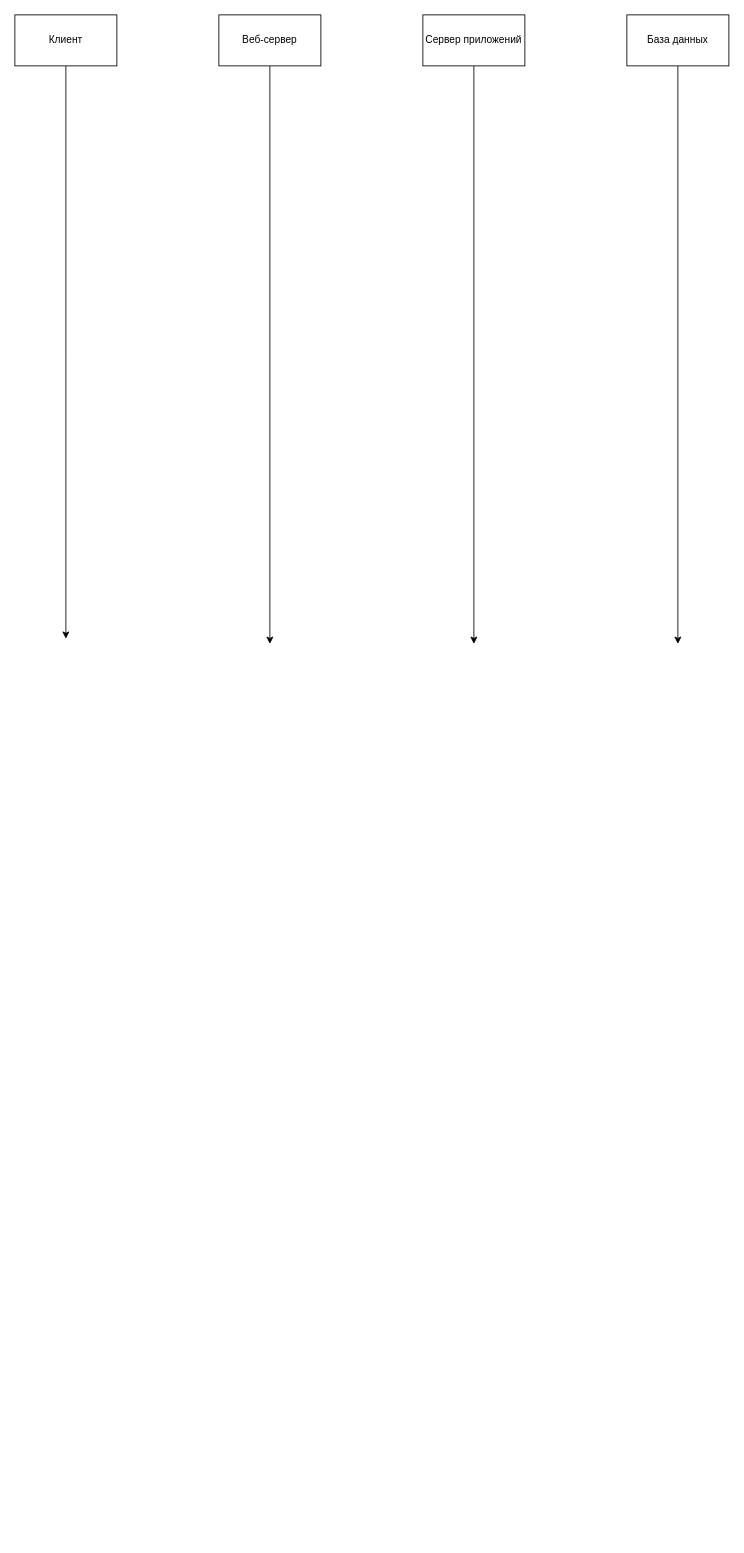
Earlier version of the draw.io diagram page "Sequence Diagram" (2 of 2) of diagrams/2-achievement-Maraev.drawio (flensimdotcore/hse-class-dcs-2025). Source tidied: cells renumbered, new cells numbered last; positions are measured from the earlier drawing's top-left corner, leaving out a move shared by most shapes. Both pictures are drawn from the tidied source at 85%, with x=0, y=0 at pixel (14, 14).
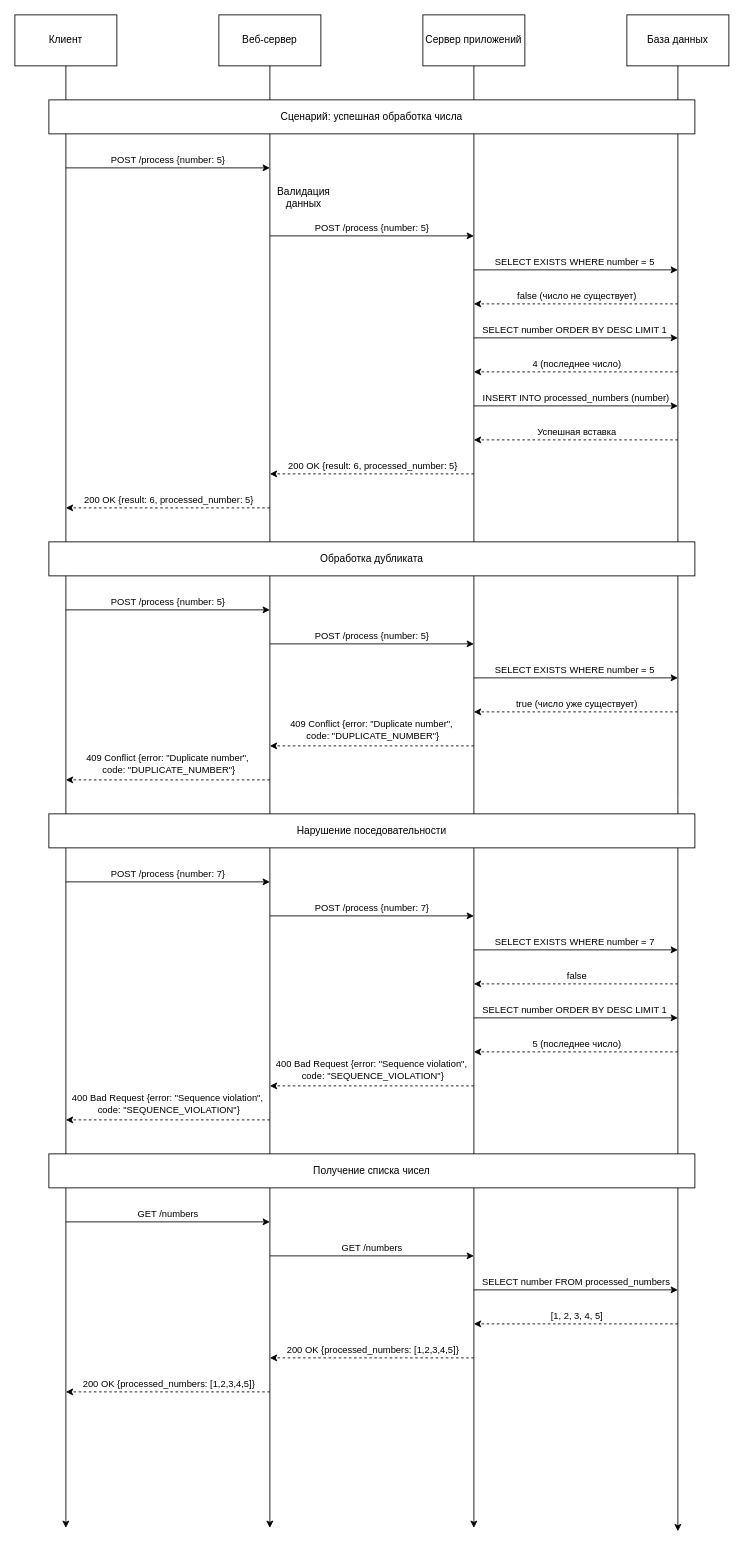
Above is the later version.

Commit message (it also covers changes not shown here):
feat: add sequence diagram

Unchanged cells that the change refers to:
```xml
<mxCell id="3" value="Веб-сервер" style="rounded=0;whiteSpace=wrap;html=1;" parent="1" vertex="1">
  <mxGeometry x="240" width="120" height="60" as="geometry" />
</mxCell>
<mxCell id="5" value="Сервер приложений" style="rounded=0;whiteSpace=wrap;html=1;" parent="1" vertex="1">
  <mxGeometry x="480" width="120" height="60" as="geometry" />
</mxCell>
<mxCell id="7" value="Клиент" style="rounded=0;whiteSpace=wrap;html=1;" parent="1" vertex="1">
  <mxGeometry width="120" height="60" as="geometry" />
</mxCell>
<mxCell id="9" value="База данных" style="rounded=0;whiteSpace=wrap;html=1;" parent="1" vertex="1">
  <mxGeometry x="720" width="120" height="60" as="geometry" />
</mxCell>
```

Diff of the diagram source:
```diff
@@
     <mxCell id="2" style="edgeStyle=orthogonalEdgeStyle;rounded=0;jettySize=auto;html=1;" parent="1" edge="1" source="3">
       <mxGeometry relative="1" as="geometry">
-        <mxPoint x="300" y="740" as="targetPoint" />
+        <mxPoint x="300" y="1780" as="targetPoint" />
       </mxGeometry>
     </mxCell>
@@
     <mxCell id="4" style="edgeStyle=orthogonalEdgeStyle;rounded=0;jettySize=auto;html=1;" parent="1" edge="1" source="5">
       <mxGeometry relative="1" as="geometry">
-        <mxPoint x="540" y="740" as="targetPoint" />
+        <mxPoint x="540" y="1780" as="targetPoint" />
       </mxGeometry>
     </mxCell>
@@
     <mxCell id="6" style="edgeStyle=orthogonalEdgeStyle;rounded=0;jettySize=auto;html=1;" parent="1" edge="1" source="7">
       <mxGeometry relative="1" as="geometry">
-        <mxPoint x="60" y="734" as="targetPoint" />
+        <mxPoint x="60" y="1780" as="targetPoint" />
       </mxGeometry>
     </mxCell>
@@
     <mxCell id="8" style="edgeStyle=orthogonalEdgeStyle;rounded=0;jettySize=auto;html=1;" parent="1" edge="1" source="9">
       <mxGeometry relative="1" as="geometry">
-        <mxPoint x="780" y="740" as="targetPoint" />
+        <mxPoint x="780" y="1784" as="targetPoint" />
       </mxGeometry>
     </mxCell>
@@
+    <mxCell id="10" value="Сценарий: успешная обработка числа" style="rounded=0;whiteSpace=wrap;html=1;" parent="1" vertex="1">
+      <mxGeometry x="40" y="100" width="760" height="40" as="geometry" />
+    </mxCell>
+    <mxCell id="11" style="endArrow=classic;html=1;" parent="1" edge="1">
+      <mxGeometry relative="1" as="geometry">
+        <mxPoint x="60" y="180" as="sourcePoint" />
+        <mxPoint x="300" y="180" as="targetPoint" />
+      </mxGeometry>
+    </mxCell>
+    <mxCell id="12" value="POST /process {number: 5}" style="edgeLabel;html=1;align=center;verticalAlign=middle;" parent="11" vertex="1">
+      <mxGeometry x="0.07" y="2" relative="1" as="geometry">
+        <mxPoint x="-9" y="-8" as="offset" />
+      </mxGeometry>
+    </mxCell>
+    <mxCell id="13" style="endArrow=classic;html=1;" parent="1" edge="1">
+      <mxGeometry relative="1" as="geometry">
+        <mxPoint x="300" y="260" as="sourcePoint" />
+        <mxPoint x="540" y="260" as="targetPoint" />
+      </mxGeometry>
+    </mxCell>
+    <mxCell id="14" value="POST /process {number: 5}" style="edgeLabel;html=1;align=center;verticalAlign=middle;" parent="13" vertex="1">
+      <mxGeometry x="0.07" y="2" relative="1" as="geometry">
+        <mxPoint x="-9" y="-8" as="offset" />
+      </mxGeometry>
+    </mxCell>
+    <mxCell id="15" value="Валидация данных" style="text;html=1;align=center;verticalAlign=middle;whiteSpace=wrap;rounded=0;" parent="1" vertex="1">
+      <mxGeometry x="310" y="200" width="60" height="30" as="geometry" />
+    </mxCell>
+    <mxCell id="16" style="endArrow=classic;html=1;" parent="1" edge="1">
+      <mxGeometry relative="1" as="geometry">
+        <mxPoint x="540" y="300" as="sourcePoint" />
+        <mxPoint x="780" y="300" as="targetPoint" />
+      </mxGeometry>
+    </mxCell>
+    <mxCell id="17" value="SELECT EXISTS WHERE number = 5&amp;nbsp;" style="edgeLabel;html=1;align=center;verticalAlign=middle;" parent="16" vertex="1">
+      <mxGeometry x="0.07" y="2" relative="1" as="geometry">
+        <mxPoint x="-9" y="-8" as="offset" />
+      </mxGeometry>
+    </mxCell>
+    <mxCell id="18" style="endArrow=classic;html=1;dashed=1;" parent="1" edge="1">
+      <mxGeometry relative="1" as="geometry">
+        <mxPoint x="780" y="340" as="sourcePoint" />
+        <mxPoint x="540" y="340" as="targetPoint" />
+      </mxGeometry>
+    </mxCell>
+    <mxCell id="19" value="false (число не существует)" style="edgeLabel;html=1;align=center;verticalAlign=middle;" parent="18" vertex="1">
+      <mxGeometry x="0.06" y="4" relative="1" as="geometry">
+        <mxPoint x="7" y="-14" as="offset" />
+      </mxGeometry>
+    </mxCell>
+    <mxCell id="20" style="endArrow=classic;html=1;" parent="1" edge="1">
+      <mxGeometry relative="1" as="geometry">
+        <mxPoint x="540" y="380" as="sourcePoint" />
+        <mxPoint x="780" y="380" as="targetPoint" />
+      </mxGeometry>
+    </mxCell>
+    <mxCell id="21" value="SELECT number ORDER BY DESC LIMIT 1&amp;nbsp;" style="edgeLabel;html=1;align=center;verticalAlign=middle;" parent="20" vertex="1">
+      <mxGeometry x="0.07" y="2" relative="1" as="geometry">
+        <mxPoint x="-9" y="-8" as="offset" />
+      </mxGeometry>
+    </mxCell>
+    <mxCell id="22" style="endArrow=classic;html=1;dashed=1;" parent="1" edge="1">
+      <mxGeometry relative="1" as="geometry">
+        <mxPoint x="780" y="420" as="sourcePoint" />
+        <mxPoint x="540" y="420" as="targetPoint" />
+      </mxGeometry>
+    </mxCell>
+    <mxCell id="23" value="4 (последнее число)" style="edgeLabel;html=1;align=center;verticalAlign=middle;" parent="22" vertex="1">
+      <mxGeometry x="0.06" y="4" relative="1" as="geometry">
+        <mxPoint x="7" y="-14" as="offset" />
+      </mxGeometry>
+    </mxCell>
+    <mxCell id="24" style="endArrow=classic;html=1;" parent="1" edge="1">
+      <mxGeometry relative="1" as="geometry">
+        <mxPoint x="540" y="460" as="sourcePoint" />
+        <mxPoint x="780" y="460" as="targetPoint" />
+      </mxGeometry>
+    </mxCell>
+    <mxCell id="25" value="INSERT INTO processed_numbers (number)" style="edgeLabel;html=1;align=center;verticalAlign=middle;" parent="24" vertex="1">
+      <mxGeometry x="0.07" y="2" relative="1" as="geometry">
+        <mxPoint x="-9" y="-8" as="offset" />
+      </mxGeometry>
+    </mxCell>
+    <mxCell id="26" style="endArrow=classic;html=1;dashed=1;" parent="1" edge="1">
+      <mxGeometry relative="1" as="geometry">
+        <mxPoint x="780" y="500" as="sourcePoint" />
+        <mxPoint x="540" y="500" as="targetPoint" />
+      </mxGeometry>
+    </mxCell>
+    <mxCell id="27" value="Успешная вставка" style="edgeLabel;html=1;align=center;verticalAlign=middle;" parent="26" vertex="1">
+      <mxGeometry x="0.06" y="4" relative="1" as="geometry">
+        <mxPoint x="7" y="-14" as="offset" />
+      </mxGeometry>
+    </mxCell>
+    <mxCell id="28" style="endArrow=classic;html=1;dashed=1;" parent="1" edge="1">
+      <mxGeometry relative="1" as="geometry">
+        <mxPoint x="540" y="540" as="sourcePoint" />
+        <mxPoint x="300" y="540" as="targetPoint" />
+      </mxGeometry>
+    </mxCell>
+    <mxCell id="29" value="200 OK {result: 6, processed_number: 5}" style="edgeLabel;html=1;align=center;verticalAlign=middle;" parent="28" vertex="1">
+      <mxGeometry x="0.06" y="4" relative="1" as="geometry">
+        <mxPoint x="7" y="-14" as="offset" />
+      </mxGeometry>
+    </mxCell>
+    <mxCell id="30" style="endArrow=classic;html=1;dashed=1;" parent="1" edge="1">
+      <mxGeometry relative="1" as="geometry">
+        <mxPoint x="300" y="580" as="sourcePoint" />
+        <mxPoint x="60" y="580" as="targetPoint" />
+      </mxGeometry>
+    </mxCell>
+    <mxCell id="31" value="200 OK {result: 6, processed_number: 5}" style="edgeLabel;html=1;align=center;verticalAlign=middle;" parent="30" vertex="1">
+      <mxGeometry x="0.06" y="4" relative="1" as="geometry">
+        <mxPoint x="7" y="-14" as="offset" />
+      </mxGeometry>
+    </mxCell>
+    <mxCell id="32" value="Обработка дубликата" style="rounded=0;whiteSpace=wrap;html=1;" parent="1" vertex="1">
+      <mxGeometry x="40" y="620" width="760" height="40" as="geometry" />
+    </mxCell>
+    <mxCell id="33" style="endArrow=classic;html=1;" parent="1" edge="1">
+      <mxGeometry relative="1" as="geometry">
+        <mxPoint x="60" y="700" as="sourcePoint" />
+        <mxPoint x="300" y="700" as="targetPoint" />
+      </mxGeometry>
+    </mxCell>
+    <mxCell id="34" value="POST /process {number: 5}" style="edgeLabel;html=1;align=center;verticalAlign=middle;" parent="33" vertex="1">
+      <mxGeometry x="0.07" y="2" relative="1" as="geometry">
+        <mxPoint x="-9" y="-8" as="offset" />
+      </mxGeometry>
+    </mxCell>
+    <mxCell id="35" style="endArrow=classic;html=1;" parent="1" edge="1">
+      <mxGeometry relative="1" as="geometry">
+        <mxPoint x="300" y="740" as="sourcePoint" />
+        <mxPoint x="540" y="740" as="targetPoint" />
+      </mxGeometry>
+    </mxCell>
+    <mxCell id="36" value="POST /process {number: 5}" style="edgeLabel;html=1;align=center;verticalAlign=middle;" parent="35" vertex="1">
+      <mxGeometry x="0.07" y="2" relative="1" as="geometry">
+        <mxPoint x="-9" y="-8" as="offset" />
+      </mxGeometry>
+    </mxCell>
+    <mxCell id="37" style="endArrow=classic;html=1;" parent="1" edge="1">
+      <mxGeometry relative="1" as="geometry">
+        <mxPoint x="540" y="780" as="sourcePoint" />
+        <mxPoint x="780" y="780" as="targetPoint" />
+      </mxGeometry>
+    </mxCell>
+    <mxCell id="38" value="SELECT EXISTS WHERE number = 5&amp;nbsp;" style="edgeLabel;html=1;align=center;verticalAlign=middle;" parent="37" vertex="1">
+      <mxGeometry x="0.07" y="2" relative="1" as="geometry">
+        <mxPoint x="-9" y="-8" as="offset" />
+      </mxGeometry>
+    </mxCell>
+    <mxCell id="39" style="endArrow=classic;html=1;dashed=1;" parent="1" edge="1">
+      <mxGeometry relative="1" as="geometry">
+        <mxPoint x="780" y="820" as="sourcePoint" />
+        <mxPoint x="540" y="820" as="targetPoint" />
+      </mxGeometry>
+    </mxCell>
+    <mxCell id="40" value="true (число уже существует)" style="edgeLabel;html=1;align=center;verticalAlign=middle;" parent="39" vertex="1">
+      <mxGeometry x="0.06" y="4" relative="1" as="geometry">
+        <mxPoint x="7" y="-14" as="offset" />
+      </mxGeometry>
+    </mxCell>
+    <mxCell id="41" style="endArrow=classic;html=1;dashed=1;" parent="1" edge="1">
+      <mxGeometry relative="1" as="geometry">
+        <mxPoint x="540" y="860" as="sourcePoint" />
+        <mxPoint x="300" y="860" as="targetPoint" />
+      </mxGeometry>
+    </mxCell>
+    <mxCell id="42" value="409 Conflict {error: &quot;Duplicate number&quot;,&amp;nbsp;&lt;div&gt;code: &quot;DUPLICATE_NUMBER&quot;}&lt;/div&gt;" style="edgeLabel;html=1;align=center;verticalAlign=middle;" parent="41" vertex="1">
+      <mxGeometry x="0.06" y="4" relative="1" as="geometry">
+        <mxPoint x="7" y="-24" as="offset" />
+      </mxGeometry>
+    </mxCell>
+    <mxCell id="43" style="endArrow=classic;html=1;dashed=1;" parent="1" edge="1">
+      <mxGeometry relative="1" as="geometry">
+        <mxPoint x="300" y="900" as="sourcePoint" />
+        <mxPoint x="60" y="900" as="targetPoint" />
+      </mxGeometry>
+    </mxCell>
+    <mxCell id="44" value="409 Conflict {error: &quot;Duplicate number&quot;,&amp;nbsp;&lt;div&gt;code: &quot;DUPLICATE_NUMBER&quot;}&lt;/div&gt;" style="edgeLabel;html=1;align=center;verticalAlign=middle;" parent="43" vertex="1">
+      <mxGeometry x="0.06" y="4" relative="1" as="geometry">
+        <mxPoint x="7" y="-24" as="offset" />
+      </mxGeometry>
+    </mxCell>
+    <mxCell id="45" value="Нарушение поседовательности" style="rounded=0;whiteSpace=wrap;html=1;" parent="1" vertex="1">
+      <mxGeometry x="40" y="940" width="760" height="40" as="geometry" />
+    </mxCell>
+    <mxCell id="46" style="endArrow=classic;html=1;" parent="1" edge="1">
+      <mxGeometry relative="1" as="geometry">
+        <mxPoint x="60" y="1020" as="sourcePoint" />
+        <mxPoint x="300" y="1020" as="targetPoint" />
+      </mxGeometry>
+    </mxCell>
+    <mxCell id="47" value="POST /process {number: 7}" style="edgeLabel;html=1;align=center;verticalAlign=middle;" parent="46" vertex="1">
+      <mxGeometry x="0.07" y="2" relative="1" as="geometry">
+        <mxPoint x="-9" y="-8" as="offset" />
+      </mxGeometry>
+    </mxCell>
+    <mxCell id="48" style="endArrow=classic;html=1;" parent="1" edge="1">
+      <mxGeometry relative="1" as="geometry">
+        <mxPoint x="300" y="1060" as="sourcePoint" />
+        <mxPoint x="540" y="1060" as="targetPoint" />
+      </mxGeometry>
+    </mxCell>
+    <mxCell id="49" value="POST /process {number: 7}" style="edgeLabel;html=1;align=center;verticalAlign=middle;" parent="48" vertex="1">
+      <mxGeometry x="0.07" y="2" relative="1" as="geometry">
+        <mxPoint x="-9" y="-8" as="offset" />
+      </mxGeometry>
+    </mxCell>
+    <mxCell id="50" style="endArrow=classic;html=1;" parent="1" edge="1">
+      <mxGeometry relative="1" as="geometry">
+        <mxPoint x="540" y="1100" as="sourcePoint" />
+        <mxPoint x="780" y="1100" as="targetPoint" />
+      </mxGeometry>
+    </mxCell>
+    <mxCell id="51" value="SELECT EXISTS WHERE number = 7&amp;nbsp;" style="edgeLabel;html=1;align=center;verticalAlign=middle;" parent="50" vertex="1">
+      <mxGeometry x="0.07" y="2" relative="1" as="geometry">
+        <mxPoint x="-9" y="-8" as="offset" />
+      </mxGeometry>
+    </mxCell>
+    <mxCell id="52" style="endArrow=classic;html=1;dashed=1;" parent="1" edge="1">
+      <mxGeometry relative="1" as="geometry">
+        <mxPoint x="780" y="1140" as="sourcePoint" />
+        <mxPoint x="540" y="1140" as="targetPoint" />
+      </mxGeometry>
+    </mxCell>
+    <mxCell id="53" value="false" style="edgeLabel;html=1;align=center;verticalAlign=middle;" parent="52" vertex="1">
+      <mxGeometry x="0.06" y="4" relative="1" as="geometry">
+        <mxPoint x="7" y="-14" as="offset" />
+      </mxGeometry>
+    </mxCell>
+    <mxCell id="54" style="endArrow=classic;html=1;" parent="1" edge="1">
+      <mxGeometry relative="1" as="geometry">
+        <mxPoint x="540" y="1180" as="sourcePoint" />
+        <mxPoint x="780" y="1180" as="targetPoint" />
+      </mxGeometry>
+    </mxCell>
+    <mxCell id="55" value="SELECT number ORDER BY DESC LIMIT 1&amp;nbsp;" style="edgeLabel;html=1;align=center;verticalAlign=middle;" parent="54" vertex="1">
+      <mxGeometry x="0.07" y="2" relative="1" as="geometry">
+        <mxPoint x="-9" y="-8" as="offset" />
+      </mxGeometry>
+    </mxCell>
+    <mxCell id="56" style="endArrow=classic;html=1;dashed=1;" parent="1" edge="1">
+      <mxGeometry relative="1" as="geometry">
+        <mxPoint x="780" y="1220" as="sourcePoint" />
+        <mxPoint x="540" y="1220" as="targetPoint" />
+      </mxGeometry>
+    </mxCell>
+    <mxCell id="57" value="5 (последнее число)" style="edgeLabel;html=1;align=center;verticalAlign=middle;" parent="56" vertex="1">
+      <mxGeometry x="0.06" y="4" relative="1" as="geometry">
+        <mxPoint x="7" y="-14" as="offset" />
+      </mxGeometry>
+    </mxCell>
+    <mxCell id="58" style="endArrow=classic;html=1;dashed=1;" parent="1" edge="1">
+      <mxGeometry relative="1" as="geometry">
+        <mxPoint x="540" y="1260" as="sourcePoint" />
+        <mxPoint x="300" y="1260" as="targetPoint" />
+      </mxGeometry>
+    </mxCell>
+    <mxCell id="59" value="400 Bad Request {error: &quot;Sequence violation&quot;,&amp;nbsp;&lt;div&gt;code: &quot;SEQUENCE_VIOLATION&quot;}&lt;/div&gt;" style="edgeLabel;html=1;align=center;verticalAlign=middle;" parent="58" vertex="1">
+      <mxGeometry x="0.06" y="4" relative="1" as="geometry">
+        <mxPoint x="7" y="-24" as="offset" />
+      </mxGeometry>
+    </mxCell>
+    <mxCell id="60" style="endArrow=classic;html=1;dashed=1;" parent="1" edge="1">
+      <mxGeometry relative="1" as="geometry">
+        <mxPoint x="300" y="1300" as="sourcePoint" />
+        <mxPoint x="60" y="1300" as="targetPoint" />
+      </mxGeometry>
+    </mxCell>
+    <mxCell id="61" value="400 Bad Request {error: &quot;Sequence violation&quot;,&amp;nbsp;&lt;div&gt;code: &quot;SEQUENCE_VIOLATION&quot;}&lt;/div&gt;" style="edgeLabel;html=1;align=center;verticalAlign=middle;" parent="60" vertex="1">
+      <mxGeometry x="0.06" y="4" relative="1" as="geometry">
+        <mxPoint x="7" y="-24" as="offset" />
+      </mxGeometry>
+    </mxCell>
+    <mxCell id="62" value="Получение списка чисел" style="rounded=0;whiteSpace=wrap;html=1;" parent="1" vertex="1">
+      <mxGeometry x="40" y="1340" width="760" height="40" as="geometry" />
+    </mxCell>
+    <mxCell id="63" style="endArrow=classic;html=1;" parent="1" edge="1">
+      <mxGeometry relative="1" as="geometry">
+        <mxPoint x="60" y="1420" as="sourcePoint" />
+        <mxPoint x="300" y="1420" as="targetPoint" />
+      </mxGeometry>
+    </mxCell>
+    <mxCell id="64" value="GET /numbers" style="edgeLabel;html=1;align=center;verticalAlign=middle;" parent="63" vertex="1">
+      <mxGeometry x="0.07" y="2" relative="1" as="geometry">
+        <mxPoint x="-9" y="-8" as="offset" />
+      </mxGeometry>
+    </mxCell>
+    <mxCell id="65" style="endArrow=classic;html=1;" parent="1" edge="1">
+      <mxGeometry relative="1" as="geometry">
+        <mxPoint x="300" y="1460" as="sourcePoint" />
+        <mxPoint x="540" y="1460" as="targetPoint" />
+      </mxGeometry>
+    </mxCell>
+    <mxCell id="66" value="GET /numbers" style="edgeLabel;html=1;align=center;verticalAlign=middle;" parent="65" vertex="1">
+      <mxGeometry x="0.07" y="2" relative="1" as="geometry">
+        <mxPoint x="-9" y="-8" as="offset" />
+      </mxGeometry>
+    </mxCell>
+    <mxCell id="67" style="endArrow=classic;html=1;" parent="1" edge="1">
+      <mxGeometry relative="1" as="geometry">
+        <mxPoint x="540" y="1500" as="sourcePoint" />
+        <mxPoint x="780" y="1500" as="targetPoint" />
+      </mxGeometry>
+    </mxCell>
+    <mxCell id="68" value="SELECT number FROM processed_numbers" style="edgeLabel;html=1;align=center;verticalAlign=middle;" parent="67" vertex="1">
+      <mxGeometry x="0.07" y="2" relative="1" as="geometry">
+        <mxPoint x="-9" y="-8" as="offset" />
+      </mxGeometry>
+    </mxCell>
+    <mxCell id="69" style="endArrow=classic;html=1;dashed=1;" parent="1" edge="1">
+      <mxGeometry relative="1" as="geometry">
+        <mxPoint x="780" y="1540" as="sourcePoint" />
+        <mxPoint x="540" y="1540" as="targetPoint" />
+      </mxGeometry>
+    </mxCell>
+    <mxCell id="70" value="[1, 2, 3, 4, 5]" style="edgeLabel;html=1;align=center;verticalAlign=middle;" parent="69" vertex="1">
+      <mxGeometry x="0.06" y="4" relative="1" as="geometry">
+        <mxPoint x="7" y="-14" as="offset" />
+      </mxGeometry>
+    </mxCell>
+    <mxCell id="71" style="endArrow=classic;html=1;dashed=1;" parent="1" edge="1">
+      <mxGeometry relative="1" as="geometry">
+        <mxPoint x="540" y="1580" as="sourcePoint" />
+        <mxPoint x="300" y="1580" as="targetPoint" />
+      </mxGeometry>
+    </mxCell>
+    <mxCell id="72" value="200 OK {processed_numbers: [1,2,3,4,5]}" style="edgeLabel;html=1;align=center;verticalAlign=middle;" parent="71" vertex="1">
+      <mxGeometry x="0.06" y="4" relative="1" as="geometry">
+        <mxPoint x="7" y="-14" as="offset" />
+      </mxGeometry>
+    </mxCell>
+    <mxCell id="73" style="endArrow=classic;html=1;dashed=1;" parent="1" edge="1">
+      <mxGeometry relative="1" as="geometry">
+        <mxPoint x="300" y="1620" as="sourcePoint" />
+        <mxPoint x="60" y="1620" as="targetPoint" />
+      </mxGeometry>
+    </mxCell>
+    <mxCell id="74" value="200 OK {processed_numbers: [1,2,3,4,5]}" style="edgeLabel;html=1;align=center;verticalAlign=middle;" parent="73" vertex="1">
+      <mxGeometry x="0.06" y="4" relative="1" as="geometry">
+        <mxPoint x="7" y="-14" as="offset" />
+      </mxGeometry>
+    </mxCell>
```
